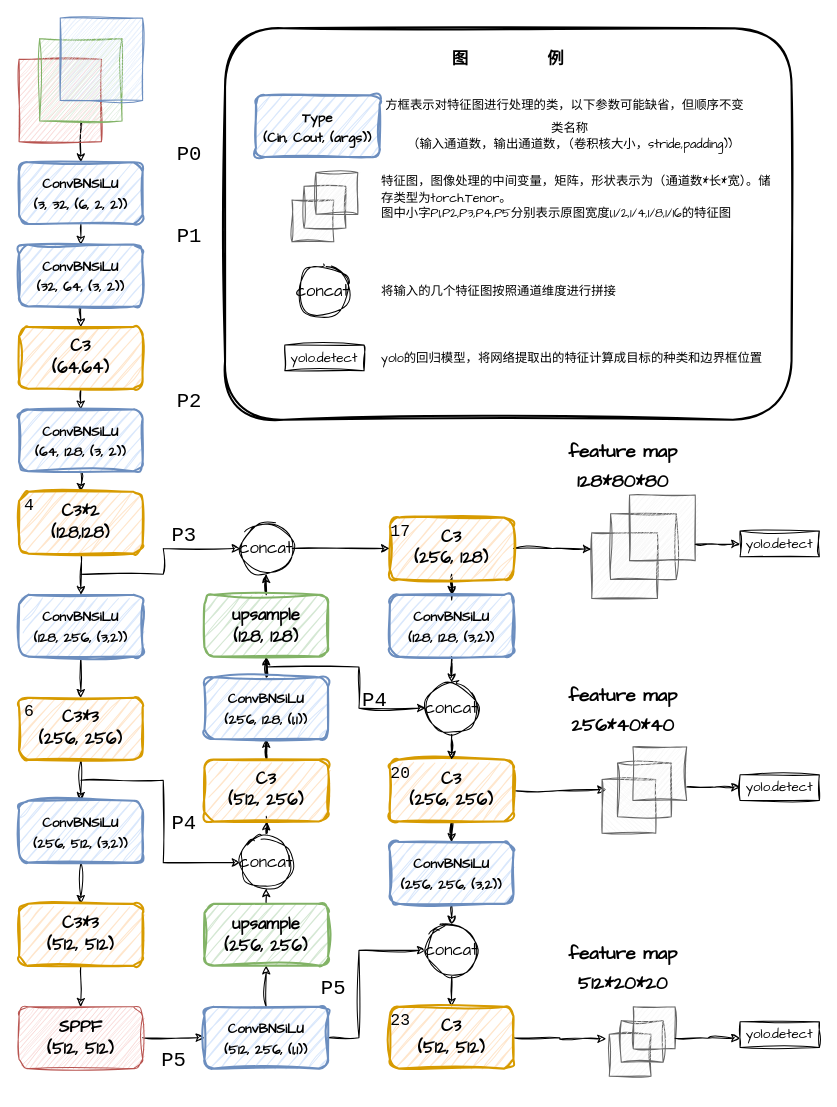
Earlier version of the draw.io diagram page "Detail" (6 of 6) of figs.drawio (225ceV/tiny). Source tidied: cells renumbered, new cells numbered last; positions are measured from the earlier drawing's top-left corner, leaving out a move shared by most shapes. Both pictures are drawn from the tidied source at 103%, with x=0, y=0 at pixel (19, 18).
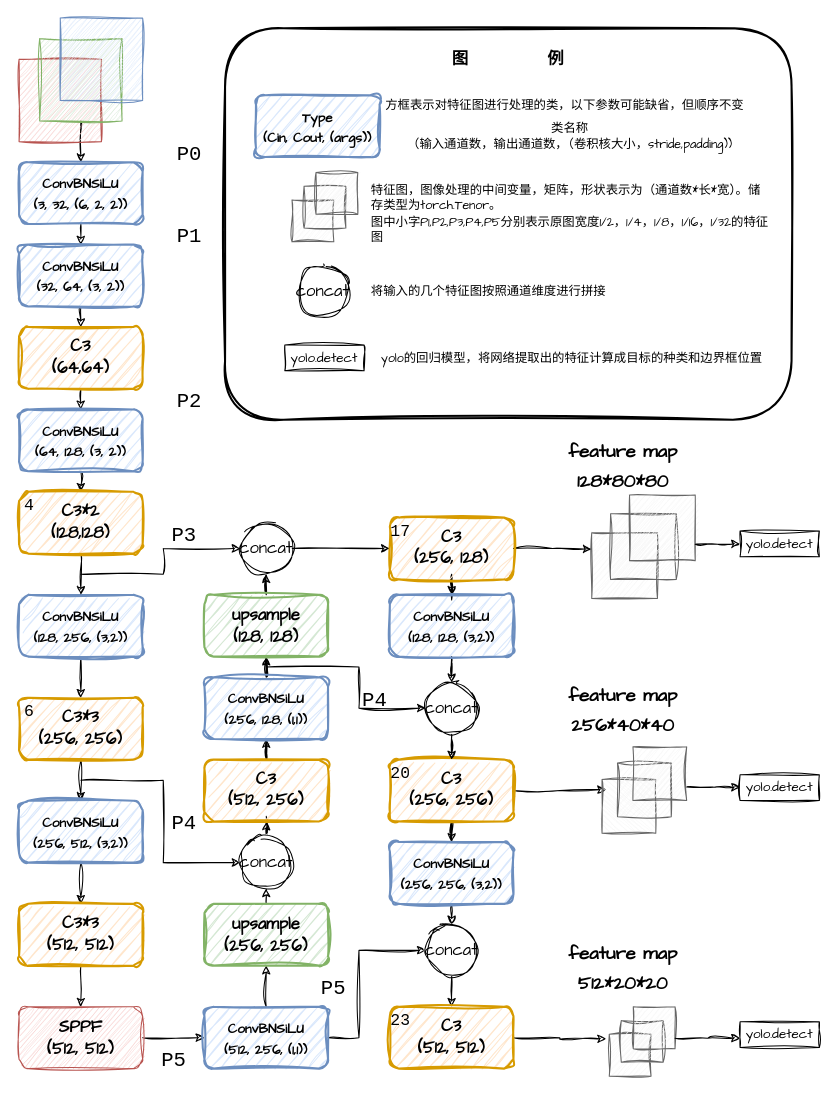
The same diagram, later.

What changed in the source:
```diff
@@
-    <mxCell id="104" value="&lt;div style=&quot;&quot;&gt;&lt;font style=&quot;font-size: 12px;&quot; face=&quot;Comic Sans MS&quot;&gt;特征图，图像处理的中间变量，矩阵，形状表示为（通道数*长*宽）。储存类型为torch.Tenor。&lt;/font&gt;&lt;/div&gt;&lt;div style=&quot;&quot;&gt;&lt;font style=&quot;font-size: 12px;&quot; face=&quot;Comic Sans MS&quot;&gt;图中小字P1,P2,P3,P4,P5分别表示原图宽度1,1/2,1/4,1/8,1/16的特征图&lt;/font&gt;&lt;/div&gt;" style="text;html=1;strokeColor=none;fillColor=none;align=left;verticalAlign=middle;whiteSpace=wrap;rounded=0;" parent="1" vertex="1">
-      <mxGeometry x="350" y="150" width="390" height="50" as="geometry" />
+    <mxCell id="104" value="&lt;div style=&quot;&quot;&gt;&lt;font style=&quot;font-size: 12px;&quot; face=&quot;Comic Sans MS&quot;&gt;特征图，图像处理的中间变量，矩阵，形状表示为（通道数*长*宽）。储存类型为torch.Tenor。&lt;/font&gt;&lt;/div&gt;&lt;div style=&quot;&quot;&gt;&lt;font style=&quot;font-size: 12px;&quot; face=&quot;Comic Sans MS&quot;&gt;图中小字P1,P2,P3,P4,P5分别表示原图宽度1/2，1/4，1/8，1/16，1/32的特征图&lt;/font&gt;&lt;/div&gt;" style="text;html=1;strokeColor=none;fillColor=none;align=left;verticalAlign=middle;whiteSpace=wrap;rounded=0;" parent="1" vertex="1">
+      <mxGeometry x="340" y="165" width="390" height="50" as="geometry" />
     </mxCell>
@@
     <mxCell id="106" value="&lt;div style=&quot;&quot;&gt;&lt;font face=&quot;Comic Sans MS&quot;&gt;将输入的几个特征图按照通道维度进行拼接&lt;/font&gt;&lt;/div&gt;" style="text;html=1;strokeColor=none;fillColor=none;align=left;verticalAlign=middle;whiteSpace=wrap;rounded=0;" parent="1" vertex="1">
-      <mxGeometry x="350" y="240" width="390" height="50" as="geometry" />
+      <mxGeometry x="340" y="240" width="390" height="50" as="geometry" />
     </mxCell>
```
